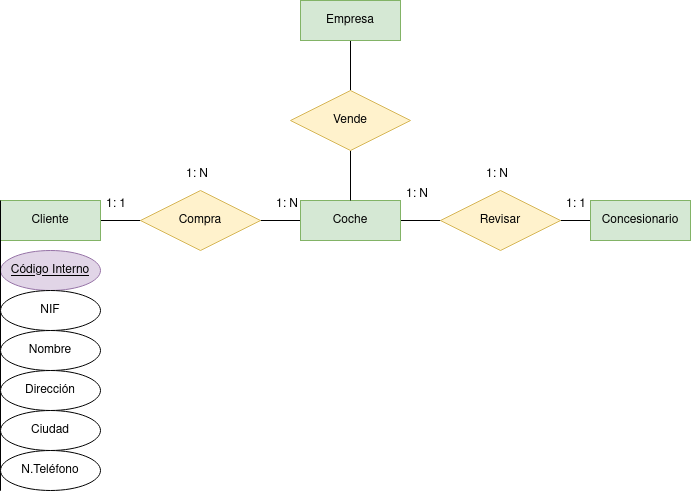
Above: Unidad-1/Tareas/Tarea-6/tarea6.drawio.png in jdrguez/2-Daw (draw.io), before the change. Source tidied: cells renumbered, new cells last; positions are measured from the earlier drawing's top-left corner, leaving out a move shared by most shapes.
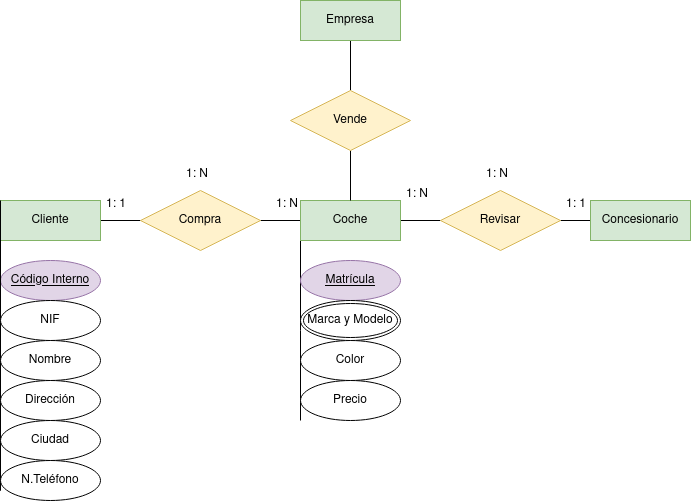
After the commit.

What changed in the source:
```diff
@@ -17,6 +17,11 @@
     <mxCell id="6" style="edgeStyle=orthogonalEdgeStyle;rounded=0;jettySize=auto;html=1;exitX=1;exitY=0.5;exitDx=0;exitDy=0;entryX=0;entryY=0.5;entryDx=0;entryDy=0;endArrow=none;endFill=0;" parent="1" edge="1" source="7" target="9">
       <mxGeometry relative="1" as="geometry" />
     </mxCell>
+    <mxCell id="28" style="edgeStyle=orthogonalEdgeStyle;rounded=0;jettySize=auto;html=1;exitX=0;exitY=1;exitDx=0;exitDy=0;endArrow=none;endFill=0;" parent="1" edge="1" source="7">
+      <mxGeometry relative="1" as="geometry">
+        <mxPoint x="300" y="420" as="targetPoint" />
+      </mxGeometry>
+    </mxCell>
     <mxCell id="7" value="Coche" style="whiteSpace=wrap;html=1;align=center;fillColor=#d5e8d4;strokeColor=#82b366;" parent="1" vertex="1">
       <mxGeometry x="300" y="200" width="100" height="40" as="geometry" />
     </mxCell>
@@ -60,7 +65,7 @@
       <mxGeometry x="480" y="160" width="40" height="30" as="geometry" />
     </mxCell>
     <mxCell id="21" value="Código Interno" style="ellipse;whiteSpace=wrap;html=1;align=center;fontStyle=4;fillColor=#e1d5e7;strokeColor=#9673a6;" parent="1" vertex="1">
-      <mxGeometry y="250" width="100" height="40" as="geometry" />
+      <mxGeometry y="260" width="100" height="40" as="geometry" />
     </mxCell>
     <mxCell id="22" style="edgeStyle=orthogonalEdgeStyle;rounded=0;orthogonalLoop=1;jettySize=auto;html=1;exitX=0;exitY=1;exitDx=0;exitDy=0;entryX=0;entryY=0.675;entryDx=0;entryDy=0;entryPerimeter=0;endArrow=none;endFill=0;" parent="1" edge="1">
       <mxGeometry relative="1" as="geometry">
@@ -73,19 +78,31 @@
       </mxGeometry>
     </mxCell>
     <mxCell id="23" value="NIF" style="ellipse;whiteSpace=wrap;html=1;align=center;" parent="1" vertex="1">
-      <mxGeometry y="290" width="100" height="40" as="geometry" />
+      <mxGeometry y="300" width="100" height="40" as="geometry" />
     </mxCell>
     <mxCell id="24" value="Nombre" style="ellipse;whiteSpace=wrap;html=1;align=center;" parent="1" vertex="1">
-      <mxGeometry y="330" width="100" height="40" as="geometry" />
+      <mxGeometry y="340" width="100" height="40" as="geometry" />
     </mxCell>
     <mxCell id="25" value="Dirección" style="ellipse;whiteSpace=wrap;html=1;align=center;" parent="1" vertex="1">
-      <mxGeometry y="370" width="100" height="40" as="geometry" />
+      <mxGeometry y="380" width="100" height="40" as="geometry" />
     </mxCell>
     <mxCell id="26" value="Ciudad" style="ellipse;whiteSpace=wrap;html=1;align=center;" parent="1" vertex="1">
-      <mxGeometry y="410" width="100" height="40" as="geometry" />
+      <mxGeometry y="420" width="100" height="40" as="geometry" />
     </mxCell>
     <mxCell id="27" value="N.Teléfono" style="ellipse;whiteSpace=wrap;html=1;align=center;" parent="1" vertex="1">
-      <mxGeometry y="450" width="100" height="40" as="geometry" />
+      <mxGeometry y="460" width="100" height="40" as="geometry" />
     </mxCell>
+    <mxCell id="29" value="Matrícula" style="ellipse;whiteSpace=wrap;html=1;align=center;fontStyle=4;fillColor=#e1d5e7;strokeColor=#9673a6;" parent="1" vertex="1">
+      <mxGeometry x="300" y="260" width="100" height="40" as="geometry" />
+    </mxCell>
+    <mxCell id="30" value="Color" style="ellipse;whiteSpace=wrap;html=1;align=center;" parent="1" vertex="1">
+      <mxGeometry x="300" y="340" width="100" height="40" as="geometry" />
+    </mxCell>
+    <mxCell id="31" value="Precio" style="ellipse;whiteSpace=wrap;html=1;align=center;" parent="1" vertex="1">
+      <mxGeometry x="300" y="380" width="100" height="40" as="geometry" />
+    </mxCell>
+    <mxCell id="32" value="Marca y Modelo" style="ellipse;shape=doubleEllipse;margin=3;whiteSpace=wrap;html=1;align=center;" parent="1" vertex="1">
+      <mxGeometry x="300" y="300" width="100" height="40" as="geometry" />
+    </mxCell>
   </root>
 </mxGraphModel>
```
